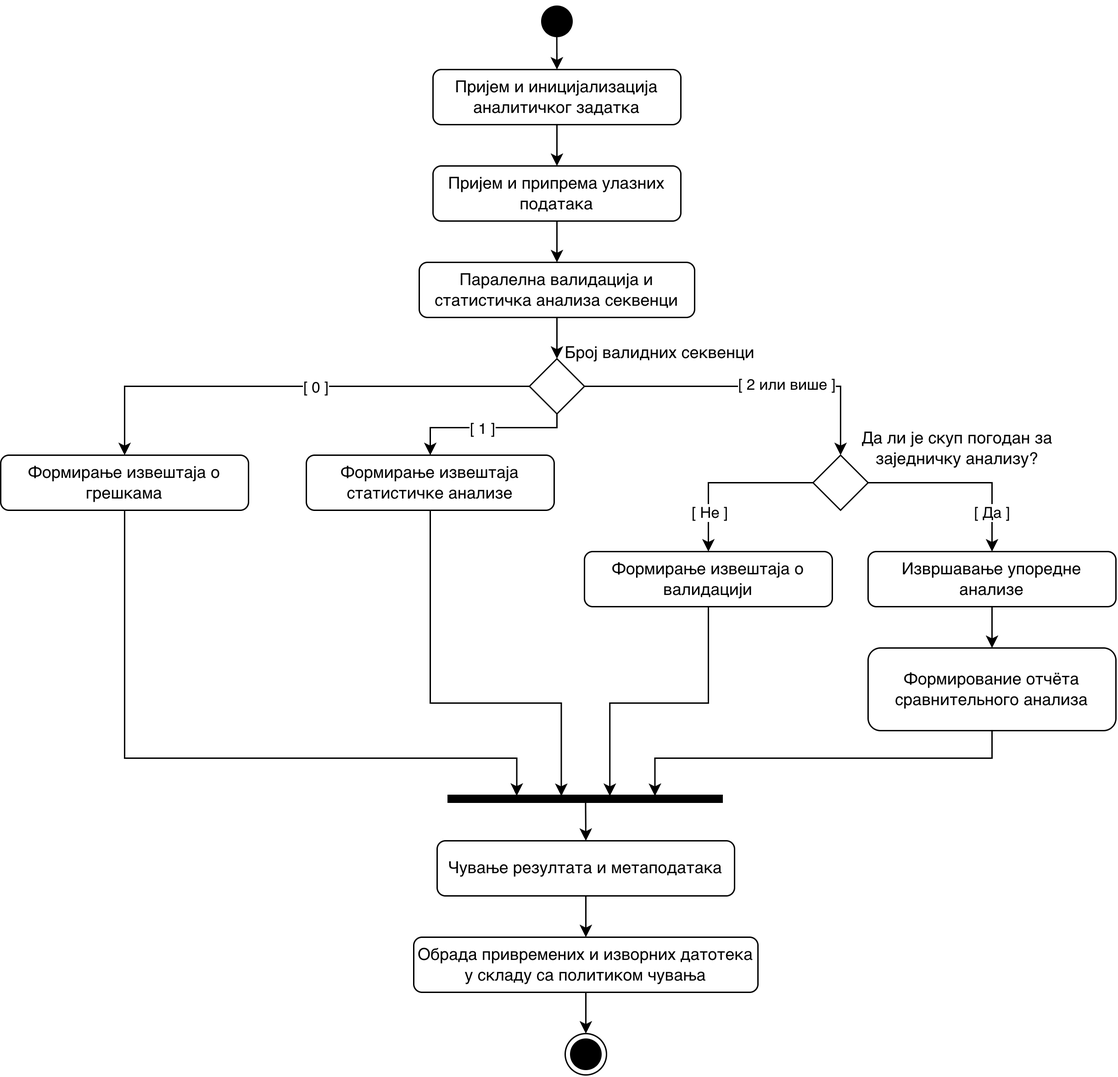
This is figures/system-design-diagrams/export/activity-diagram.png from RogovGreg/master-thesis, a draw.io export, as it was before one commit. Source tidied: cells renumbered, new cells last; positions are measured from the earlier drawing's top-left corner, leaving out a move shared by most shapes. Source of this version:
```xml
<mxGraphModel>
  <root>
    <mxCell id="0" />
    <mxCell id="1" parent="0" />
    <mxCell id="2" style="edgeStyle=orthogonalEdgeStyle;rounded=0;jettySize=auto;html=1;exitX=0.497;exitY=0.882;exitDx=0;exitDy=0;entryX=0.5;entryY=0;entryDx=0;entryDy=0;exitPerimeter=0;" parent="1" edge="1" source="3" target="5">
      <mxGeometry relative="1" as="geometry" />
    </mxCell>
    <mxCell id="3" style="ellipse;html=1;shape=startState;fillColor=#000000;strokeColor=#000000;" parent="1" vertex="1">
      <mxGeometry x="389" width="30" height="30" as="geometry" />
    </mxCell>
    <mxCell id="4" style="edgeStyle=orthogonalEdgeStyle;rounded=0;jettySize=auto;html=1;entryX=0.5;entryY=0;entryDx=0;entryDy=0;" parent="1" edge="1" target="7">
      <mxGeometry relative="1" as="geometry">
        <mxPoint x="404" y="90" as="sourcePoint" />
      </mxGeometry>
    </mxCell>
    <mxCell id="5" value="Пријем и иницијализација аналитичког задатка" style="rounded=1;whiteSpace=wrap;html=1;" parent="1" vertex="1">
      <mxGeometry x="314" y="50" width="180" height="40" as="geometry" />
    </mxCell>
    <mxCell id="6" style="edgeStyle=orthogonalEdgeStyle;rounded=0;jettySize=auto;html=1;exitX=0.5;exitY=1;exitDx=0;exitDy=0;entryX=0.5;entryY=0;entryDx=0;entryDy=0;" parent="1" edge="1" source="7" target="9">
      <mxGeometry relative="1" as="geometry" />
    </mxCell>
    <mxCell id="7" value="Пријем и припрема улазних података" style="rounded=1;whiteSpace=wrap;html=1;" parent="1" vertex="1">
      <mxGeometry x="314" y="120" width="180" height="40" as="geometry" />
    </mxCell>
    <mxCell id="8" style="edgeStyle=orthogonalEdgeStyle;rounded=0;jettySize=auto;html=1;exitX=0.5;exitY=1;exitDx=0;exitDy=0;entryX=0.5;entryY=0;entryDx=0;entryDy=0;" parent="1" edge="1" source="9" target="17">
      <mxGeometry relative="1" as="geometry" />
    </mxCell>
    <mxCell id="9" value="Паралелна валидација и статистичка анализа секвенци" style="rounded=1;whiteSpace=wrap;html=1;" parent="1" vertex="1">
      <mxGeometry x="304" y="190" width="200" height="40" as="geometry" />
    </mxCell>
    <mxCell id="10" style="edgeStyle=orthogonalEdgeStyle;rounded=0;jettySize=auto;html=1;exitX=0;exitY=0.5;exitDx=0;exitDy=0;entryX=0.5;entryY=0;entryDx=0;entryDy=0;" parent="1" edge="1" source="17" target="18">
      <mxGeometry relative="1" as="geometry" />
    </mxCell>
    <mxCell id="11" value="[ 0 ]" style="edgeLabel;html=1;align=center;verticalAlign=middle;" parent="10" vertex="1">
      <mxGeometry x="-0.22" y="1" relative="1" as="geometry">
        <mxPoint x="-21" y="-1" as="offset" />
      </mxGeometry>
    </mxCell>
    <mxCell id="12" style="edgeStyle=orthogonalEdgeStyle;rounded=0;jettySize=auto;html=1;exitX=1;exitY=0.5;exitDx=0;exitDy=0;entryX=0.5;entryY=0;entryDx=0;entryDy=0;" parent="1" edge="1" source="17" target="24">
      <mxGeometry relative="1" as="geometry" />
    </mxCell>
    <mxCell id="13" value="&lt;span style=&quot;color: rgba(0, 0, 0, 0); font-family: monospace; font-size: 0px; text-align: start; background-color: rgb(236, 236, 236);&quot;&gt;%3CmxGraphModel%3E%3Croot%3E%3CmxCell%20id%3D%220%22%2F%3E%3CmxCell%20id%3D%221%22%20parent%3D%220%22%2F%3E%3CmxCell%20id%3D%222%22%20parent%3D%221%22%20style%3D%22text%3Bhtml%3D1%3BwhiteSpace%3Dwrap%3BstrokeColor%3Dnone%3BfillColor%3Dnone%3Balign%3Dcenter%3BverticalAlign%3Dmiddle%3Brounded%3D0%3B%22%20value%3D%222%20%D0%B8%D0%BB%D0%B8%20%D0%B2%D0%B8%D1%88%D0%B5%22%20vertex%3D%221%22%3E%3CmxGeometry%20height%3D%2230%22%20width%3D%2270%22%20x%3D%22624%22%20y%3D%22260%22%20as%3D%22geometry%22%2F%3E%3C%2FmxCell%3E%3C%2Froot%3E%3C%2FmxGraphModel%3E2&amp;nbsp;&lt;/span&gt;" style="edgeLabel;html=1;align=center;verticalAlign=middle;" parent="12" vertex="1">
      <mxGeometry x="0.16" y="2" relative="1" as="geometry" />
    </mxCell>
    <mxCell id="14" value="[ 2 или више ]" style="edgeLabel;html=1;align=center;verticalAlign=middle;" parent="12" vertex="1">
      <mxGeometry x="0.13" y="2" relative="1" as="geometry">
        <mxPoint x="13" as="offset" />
      </mxGeometry>
    </mxCell>
    <mxCell id="15" style="edgeStyle=orthogonalEdgeStyle;rounded=0;jettySize=auto;html=1;exitX=0.5;exitY=1;exitDx=0;exitDy=0;entryX=0.5;entryY=0;entryDx=0;entryDy=0;" parent="1" edge="1" source="17" target="19">
      <mxGeometry relative="1" as="geometry">
        <Array as="points">
          <mxPoint x="404" y="310" />
          <mxPoint x="312" y="310" />
        </Array>
      </mxGeometry>
    </mxCell>
    <mxCell id="16" value="[ 1 ]" style="edgeLabel;html=1;align=center;verticalAlign=middle;" parent="15" vertex="1">
      <mxGeometry x="-0.16" relative="1" as="geometry">
        <mxPoint x="-13" as="offset" />
      </mxGeometry>
    </mxCell>
    <mxCell id="17" style="rhombus;whiteSpace=wrap;html=1;" parent="1" vertex="1">
      <mxGeometry x="384" y="260" width="40" height="40" as="geometry" />
    </mxCell>
    <mxCell id="18" value="Формирање извештаја о грешкама" style="rounded=1;whiteSpace=wrap;html=1;" parent="1" vertex="1">
      <mxGeometry y="330" width="180" height="40" as="geometry" />
    </mxCell>
    <mxCell id="19" value="Формирање извештаја статистичке анализе" style="rounded=1;whiteSpace=wrap;html=1;" parent="1" vertex="1">
      <mxGeometry x="222" y="330" width="180" height="40" as="geometry" />
    </mxCell>
    <mxCell id="20" style="edgeStyle=orthogonalEdgeStyle;rounded=0;jettySize=auto;html=1;exitX=0;exitY=0.5;exitDx=0;exitDy=0;entryX=0.5;entryY=0;entryDx=0;entryDy=0;" parent="1" edge="1" source="24" target="28">
      <mxGeometry relative="1" as="geometry" />
    </mxCell>
    <mxCell id="21" value="[ Не ]" style="edgeLabel;html=1;align=center;verticalAlign=middle;" parent="20" vertex="1">
      <mxGeometry x="0.47" y="-1" relative="1" as="geometry">
        <mxPoint x="1" y="4" as="offset" />
      </mxGeometry>
    </mxCell>
    <mxCell id="22" style="edgeStyle=orthogonalEdgeStyle;rounded=0;jettySize=auto;html=1;exitX=1;exitY=0.5;exitDx=0;exitDy=0;entryX=0.5;entryY=0;entryDx=0;entryDy=0;" parent="1" edge="1" source="24" target="27">
      <mxGeometry relative="1" as="geometry" />
    </mxCell>
    <mxCell id="23" value="[ Да ]" style="edgeLabel;html=1;align=center;verticalAlign=middle;" parent="22" vertex="1">
      <mxGeometry x="-0.36" relative="1" as="geometry">
        <mxPoint x="45" y="21" as="offset" />
      </mxGeometry>
    </mxCell>
    <mxCell id="24" style="rhombus;whiteSpace=wrap;html=1;" parent="1" vertex="1">
      <mxGeometry x="590" y="330" width="40" height="40" as="geometry" />
    </mxCell>
    <mxCell id="25" value="Формирование отчёта сравнительного анализа" style="rounded=1;whiteSpace=wrap;html=1;" parent="1" vertex="1">
      <mxGeometry x="630" y="470" width="180" height="60" as="geometry" />
    </mxCell>
    <mxCell id="26" style="edgeStyle=orthogonalEdgeStyle;rounded=0;jettySize=auto;html=1;exitX=0.5;exitY=1;exitDx=0;exitDy=0;entryX=0.5;entryY=0;entryDx=0;entryDy=0;" parent="1" edge="1" source="27" target="25">
      <mxGeometry relative="1" as="geometry" />
    </mxCell>
    <mxCell id="27" value="Извршавање упоредне анализе" style="rounded=1;whiteSpace=wrap;html=1;" parent="1" vertex="1">
      <mxGeometry x="630" y="400" width="180" height="40" as="geometry" />
    </mxCell>
    <mxCell id="28" value="Формирање извештаја о валидацији" style="rounded=1;whiteSpace=wrap;html=1;" parent="1" vertex="1">
      <mxGeometry x="424" y="400" width="180" height="40" as="geometry" />
    </mxCell>
    <mxCell id="29" style="edgeStyle=orthogonalEdgeStyle;rounded=0;jettySize=auto;html=1;exitX=0.5;exitY=1;exitDx=0;exitDy=0;entryX=0.5;entryY=0;entryDx=0;entryDy=0;" parent="1" edge="1" source="30" target="32">
      <mxGeometry relative="1" as="geometry" />
    </mxCell>
    <mxCell id="30" value="&lt;p class=&quot;PDq2pG_selectionAnchorContainer&quot;&gt;Чување резултата и метаподатака&lt;span aria-hidden=&quot;true&quot; class=&quot;PDq2pG_selectionAnchor&quot;&gt;&lt;/span&gt;&lt;/p&gt;" style="rounded=1;whiteSpace=wrap;html=1;" parent="1" vertex="1">
      <mxGeometry x="317" y="610" width="216" height="40" as="geometry" />
    </mxCell>
    <mxCell id="31" style="edgeStyle=orthogonalEdgeStyle;rounded=0;jettySize=auto;html=1;exitX=0.5;exitY=1;exitDx=0;exitDy=0;entryX=0.5;entryY=0;entryDx=0;entryDy=0;" parent="1" edge="1" source="32" target="35">
      <mxGeometry relative="1" as="geometry" />
    </mxCell>
    <mxCell id="32" value="Обрада привремених и изворних датотека у складу са политиком чувања" style="rounded=1;whiteSpace=wrap;html=1;" parent="1" vertex="1">
      <mxGeometry x="300" y="680" width="250" height="40" as="geometry" />
    </mxCell>
    <mxCell id="33" value="Број валидних секвенци" style="text;html=1;whiteSpace=wrap;strokeColor=none;fillColor=none;align=center;verticalAlign=middle;rounded=0;" parent="1" vertex="1">
      <mxGeometry x="399" y="241" width="160" height="30" as="geometry" />
    </mxCell>
    <mxCell id="34" style="shape=line;html=1;strokeWidth=6;strokeColor=#000000;" parent="1" vertex="1">
      <mxGeometry x="325" y="575" width="200" height="10" as="geometry" />
    </mxCell>
    <mxCell id="35" style="ellipse;html=1;shape=endState;fillColor=#000000;strokeColor=#000000;" parent="1" vertex="1">
      <mxGeometry x="410" y="750" width="30" height="30" as="geometry" />
    </mxCell>
    <mxCell id="36" value="Да ли је скуп погодан за заједничку анализу?" style="text;html=1;whiteSpace=wrap;strokeColor=none;fillColor=none;align=center;verticalAlign=middle;rounded=0;" parent="1" vertex="1">
      <mxGeometry x="600" y="310" width="190" height="30" as="geometry" />
    </mxCell>
    <mxCell id="37" style="edgeStyle=orthogonalEdgeStyle;rounded=0;jettySize=auto;html=1;exitX=0.5;exitY=1;exitDx=0;exitDy=0;entryX=0.249;entryY=0.233;entryDx=0;entryDy=0;entryPerimeter=0;" parent="1" edge="1" source="18" target="34">
      <mxGeometry relative="1" as="geometry">
        <Array as="points">
          <mxPoint x="90" y="550" />
          <mxPoint x="375" y="550" />
        </Array>
      </mxGeometry>
    </mxCell>
    <mxCell id="38" style="edgeStyle=orthogonalEdgeStyle;rounded=0;jettySize=auto;html=1;exitX=0.5;exitY=1;exitDx=0;exitDy=0;entryX=0.751;entryY=0.248;entryDx=0;entryDy=0;entryPerimeter=0;" parent="1" edge="1" source="25" target="34">
      <mxGeometry relative="1" as="geometry">
        <Array as="points">
          <mxPoint x="720" y="550" />
          <mxPoint x="475" y="550" />
        </Array>
      </mxGeometry>
    </mxCell>
    <mxCell id="39" style="edgeStyle=orthogonalEdgeStyle;rounded=0;jettySize=auto;html=1;exitX=0.5;exitY=1;exitDx=0;exitDy=0;entryX=0.587;entryY=0.248;entryDx=0;entryDy=0;entryPerimeter=0;" parent="1" edge="1" source="28" target="34">
      <mxGeometry relative="1" as="geometry">
        <Array as="points">
          <mxPoint x="514" y="510" />
          <mxPoint x="442" y="510" />
        </Array>
      </mxGeometry>
    </mxCell>
    <mxCell id="40" style="edgeStyle=orthogonalEdgeStyle;rounded=0;jettySize=auto;html=1;exitX=0.5;exitY=1;exitDx=0;exitDy=0;entryX=0.411;entryY=0.248;entryDx=0;entryDy=0;entryPerimeter=0;" parent="1" edge="1" source="19" target="34">
      <mxGeometry relative="1" as="geometry">
        <Array as="points">
          <mxPoint x="312" y="510" />
          <mxPoint x="407" y="510" />
        </Array>
      </mxGeometry>
    </mxCell>
    <mxCell id="41" style="endArrow=classic;html=1;rounded=0;exitX=0.499;exitY=0.529;exitDx=0;exitDy=0;exitPerimeter=0;entryX=0.5;entryY=0;entryDx=0;entryDy=0;" parent="1" edge="1" source="34" target="30">
      <mxGeometry relative="1" as="geometry" />
    </mxCell>
  </root>
</mxGraphModel>
```
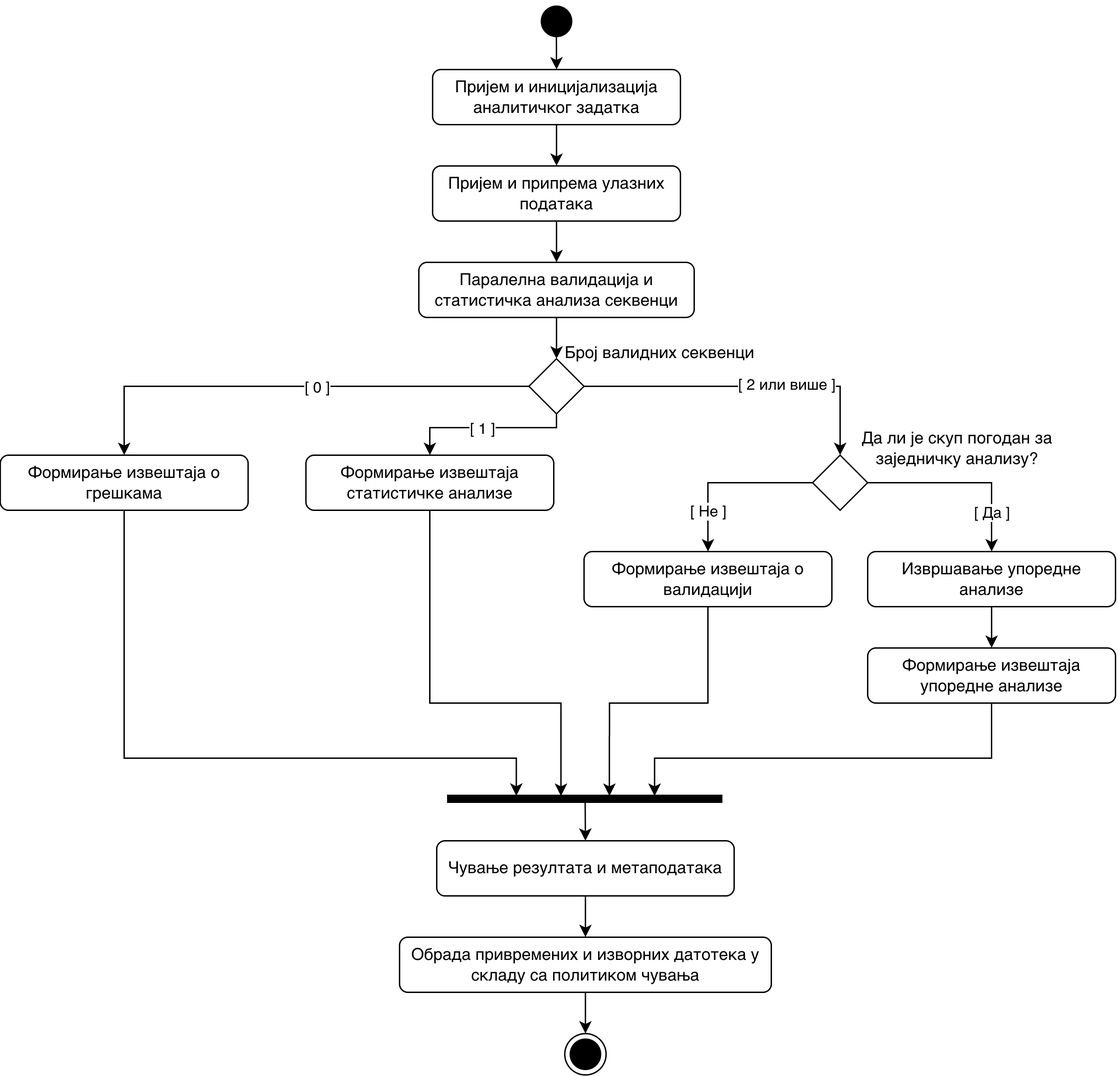
The same diagram one commit later.

What changed in the source:
```diff
@@ -88,8 +88,8 @@
     <mxCell id="24" style="rhombus;whiteSpace=wrap;html=1;" parent="1" vertex="1">
       <mxGeometry x="590" y="330" width="40" height="40" as="geometry" />
     </mxCell>
-    <mxCell id="25" value="Формирование отчёта сравнительного анализа" style="rounded=1;whiteSpace=wrap;html=1;" parent="1" vertex="1">
-      <mxGeometry x="630" y="470" width="180" height="60" as="geometry" />
+    <mxCell id="25" value="&lt;p&gt;Формирање извештаја упоредне анализе&lt;/p&gt;" style="rounded=1;whiteSpace=wrap;html=1;" parent="1" vertex="1">
+      <mxGeometry x="630" y="470" width="180" height="40" as="geometry" />
     </mxCell>
     <mxCell id="26" style="edgeStyle=orthogonalEdgeStyle;rounded=0;jettySize=auto;html=1;exitX=0.5;exitY=1;exitDx=0;exitDy=0;entryX=0.5;entryY=0;entryDx=0;entryDy=0;" parent="1" edge="1" source="27" target="25">
       <mxGeometry relative="1" as="geometry" />
@@ -110,7 +110,7 @@
       <mxGeometry relative="1" as="geometry" />
     </mxCell>
     <mxCell id="32" value="Обрада привремених и изворних датотека у складу са политиком чувања" style="rounded=1;whiteSpace=wrap;html=1;" parent="1" vertex="1">
-      <mxGeometry x="300" y="680" width="250" height="40" as="geometry" />
+      <mxGeometry x="290" y="680" width="270" height="40" as="geometry" />
     </mxCell>
     <mxCell id="33" value="Број валидних секвенци" style="text;html=1;whiteSpace=wrap;strokeColor=none;fillColor=none;align=center;verticalAlign=middle;rounded=0;" parent="1" vertex="1">
       <mxGeometry x="399" y="241" width="160" height="30" as="geometry" />
```
